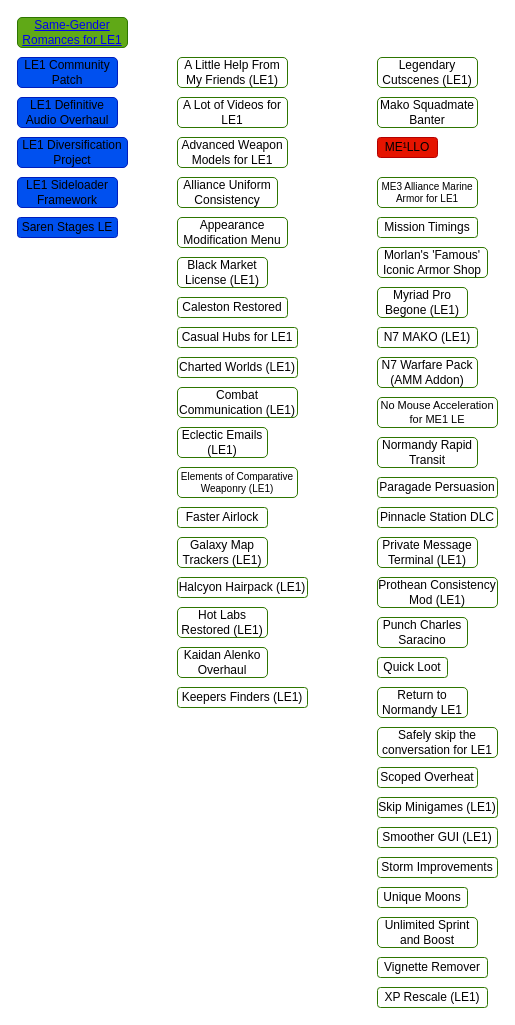
Earlier version of the draw.io diagram ME-LE-mods.drawio (Lex-DRL/draw.io-public). Source tidied: cells renumbered, new cells numbered last; positions are measured from the earlier drawing's top-left corner, leaving out a move shared by most shapes. Both pictures are drawn from the tidied source at 100%, with x=0, y=0 at pixel (17, 17).
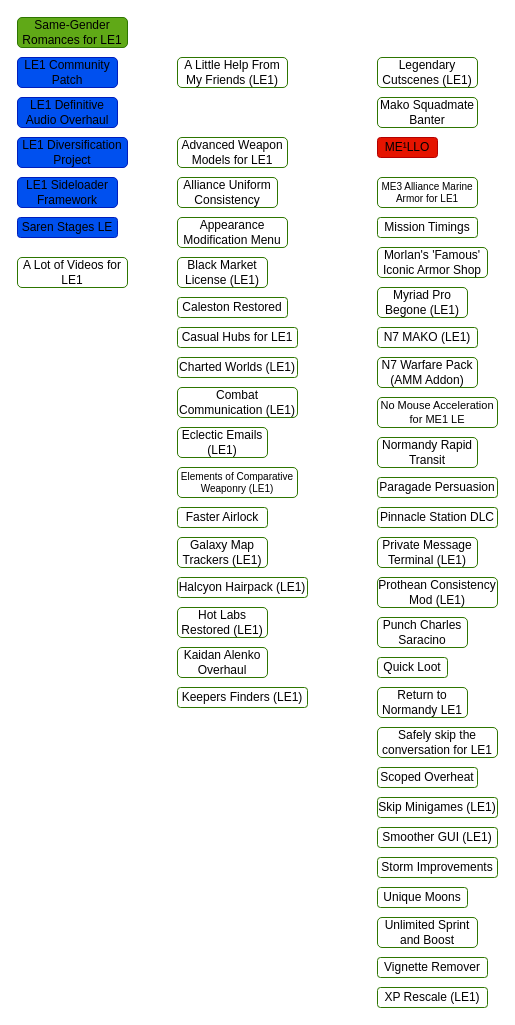
The same page after the edit.

What changed in the source:
```diff
@@
-    <mxCell id="2" value="&lt;div&gt;&lt;a href=&quot;https://www.nexusmods.com/masseffectlegendaryedition/mods/564&quot;&gt;Same-Gender Romances for LE1&lt;/a&gt;&lt;/div&gt;" style="rounded=1;whiteSpace=wrap;html=1;fillColor=#60a917;fontColor=default;strokeColor=#2D7600;" parent="1" vertex="1">
+    <mxCell id="2" value="&lt;div&gt;Same-Gender Romances for LE1&lt;/div&gt;" style="rounded=1;whiteSpace=wrap;html=1;fillColor=#60a917;fontColor=default;strokeColor=#2D7600;" parent="1" vertex="1">
       <mxGeometry width="110" height="30" as="geometry" />
     </mxCell>
@@
     <mxCell id="7" value="A Lot of Videos for LE1" style="rounded=1;whiteSpace=wrap;html=1;fillColor=none;fontColor=default;strokeColor=#2D7600;" parent="1" vertex="1">
-      <mxGeometry x="160" y="80" width="110" height="30" as="geometry" />
+      <mxGeometry y="240" width="110" height="30" as="geometry" />
     </mxCell>
```
